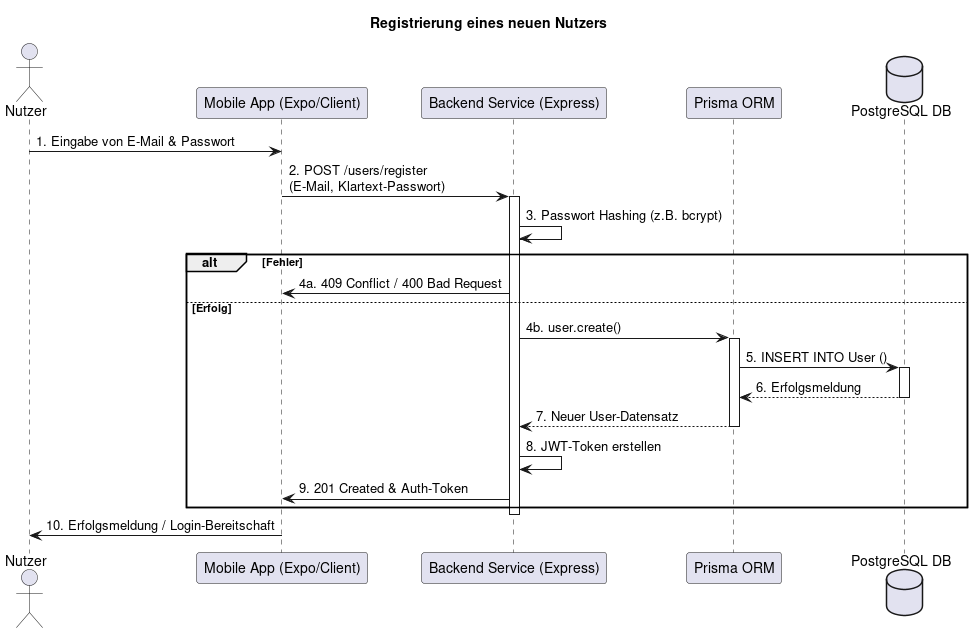
Before: docs/development/images/Sequenzdiagramm_Registrierung.png, a diagram exported from PlantUML (laurenzzzzzz/htwd-se1-habitree).
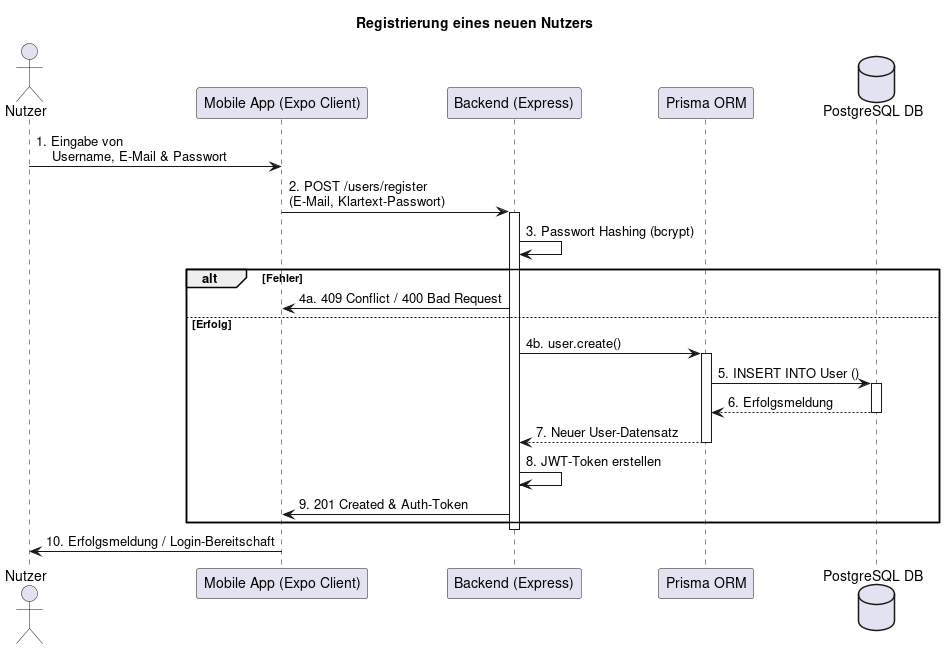
The same file after the commit.

Commit message:
Update Sequenzdiagramm für Registrierung (Design.adoc)

The edit, as a diff of the source:
```diff
@@ -2,16 +2,16 @@
 title Registrierung eines neuen Nutzers
 
 actor "Nutzer" as User
-participant "Mobile App (Expo/Client)" as App
-participant "Backend Service (Express)" as Backend
+participant "Mobile App (Expo Client)" as App
+participant "Backend (Express)" as Backend
 participant "Prisma ORM" as Prisma
 database "PostgreSQL DB" as DB
 
-User -> App: 1. Eingabe von E-Mail & Passwort
+User -> App: 1. Eingabe von \n    Username, E-Mail & Passwort
 App -> Backend: 2. POST /users/register \n(E-Mail, Klartext-Passwort)
 
 activate Backend
-Backend -> Backend: 3. Passwort Hashing (z.B. bcrypt)
+Backend -> Backend: 3. Passwort Hashing (bcrypt)
 alt Fehler
     Backend -> App: 4a. 409 Conflict / 400 Bad Request
 else Erfolg
```
